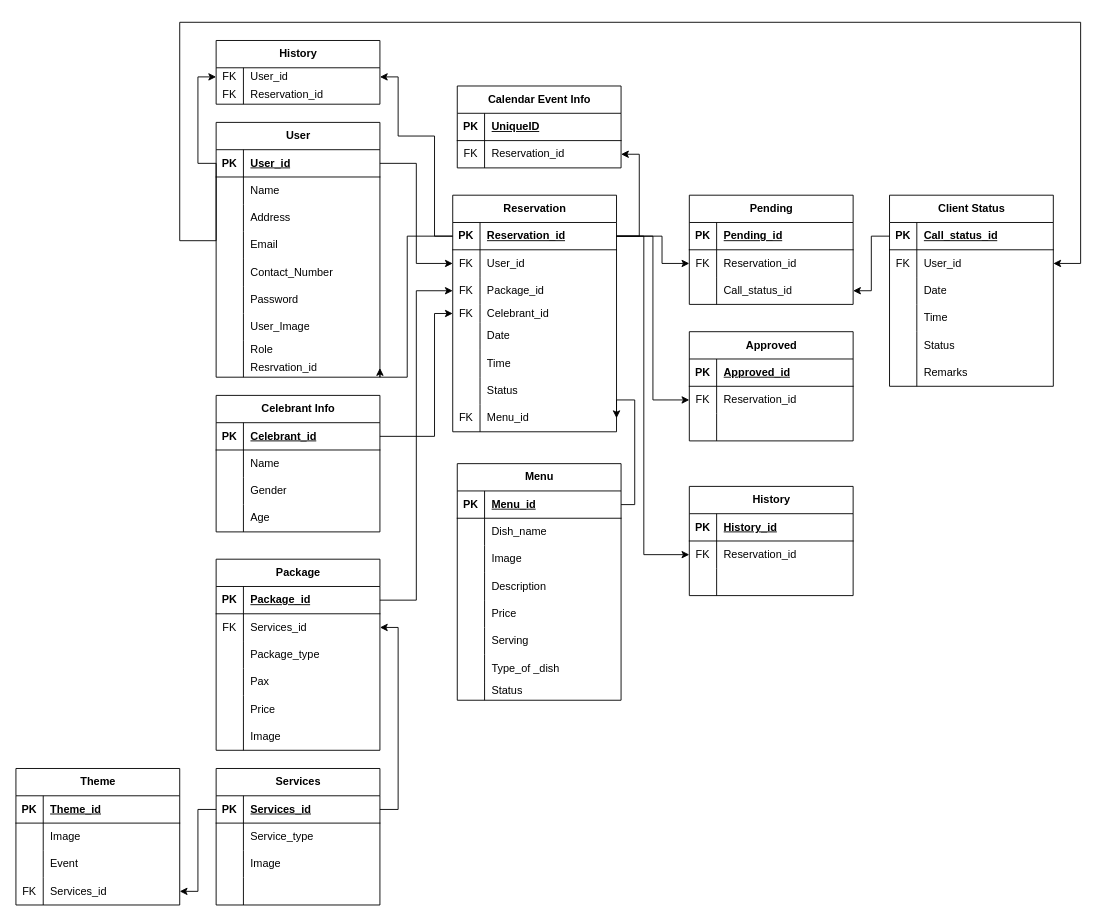
Above: Untitled Diagram.drawio in jcedriciglesias/Mihanz-Catering-Redo (draw.io), before the change. Source tidied: cells renumbered, new cells numbered last; positions are measured from the earlier drawing's top-left corner, leaving out a move shared by most shapes. Both pictures are drawn from the tidied source at 91%, with x=0, y=0 at pixel (15, 22).
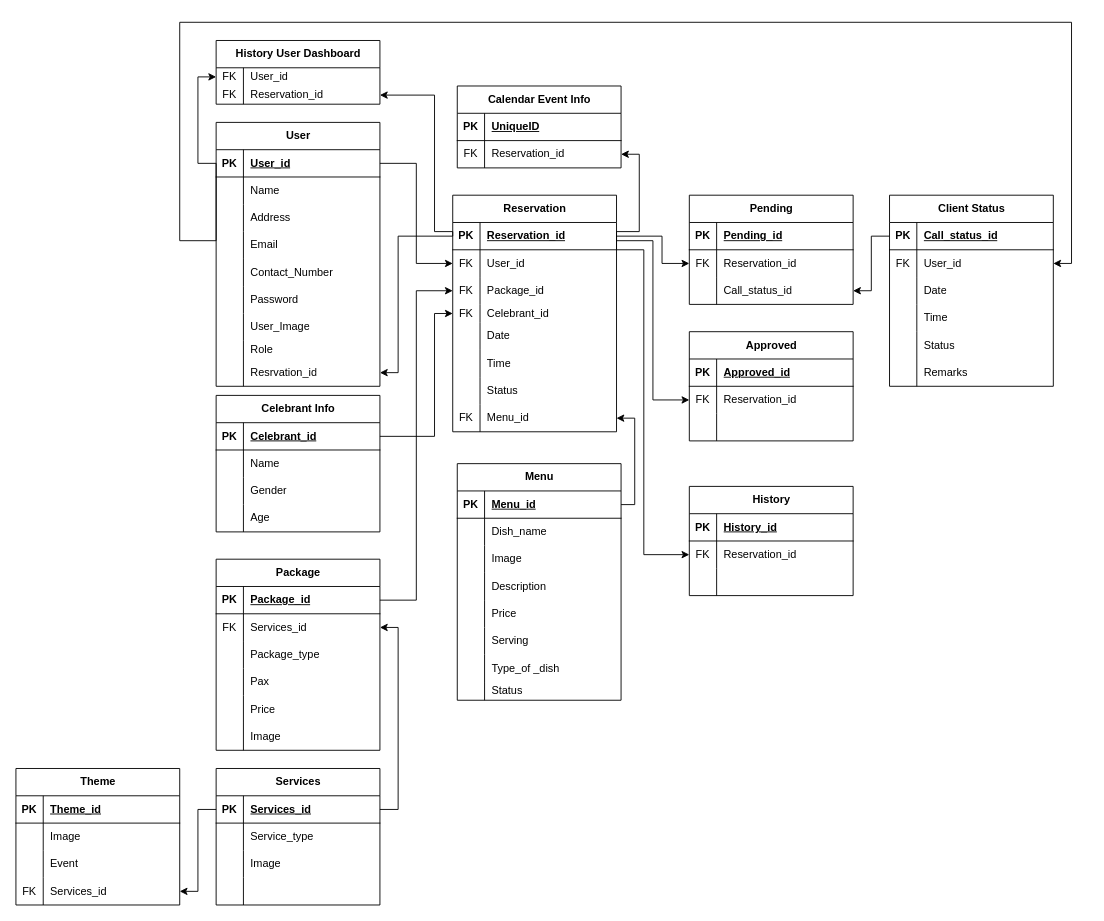
Above is the later version.

The change refers to these unchanged cells:
```xml
<mxCell id="3" style="shape=tableRow;horizontal=0;startSize=0;swimlaneHead=0;swimlaneBody=0;fillColor=none;points=[[0,0.5],[1,0.5]];portConstraint=eastwest;top=0;left=0;right=0;bottom=1;" parent="2" vertex="1">
  <mxGeometry y="30" width="180" height="30" as="geometry" />
</mxCell>
<mxCell id="31" style="shape=tableRow;horizontal=0;startSize=0;swimlaneHead=0;swimlaneBody=0;fillColor=none;points=[[0,0.5],[1,0.5]];portConstraint=eastwest;top=0;left=0;right=0;bottom=1;" parent="30" vertex="1">
  <mxGeometry y="30" width="180" height="30" as="geometry" />
</mxCell>
<mxCell id="52" style="shape=tableRow;horizontal=0;startSize=0;swimlaneHead=0;swimlaneBody=0;fillColor=none;points=[[0,0.5],[1,0.5]];portConstraint=eastwest;top=0;left=0;right=0;bottom=0;" parent="30" vertex="1">
  <mxGeometry y="230" width="180" height="30" as="geometry" />
</mxCell>
<mxCell id="57" style="shape=tableRow;horizontal=0;startSize=0;swimlaneHead=0;swimlaneBody=0;fillColor=none;points=[[0,0.5],[1,0.5]];portConstraint=eastwest;top=0;left=0;right=0;bottom=0;" parent="56" vertex="1">
  <mxGeometry y="30" width="180" height="20" as="geometry" />
</mxCell>
<mxCell id="60" style="shape=tableRow;horizontal=0;startSize=0;swimlaneHead=0;swimlaneBody=0;fillColor=none;points=[[0,0.5],[1,0.5]];portConstraint=eastwest;top=0;left=0;right=0;bottom=0;" parent="56" vertex="1">
  <mxGeometry y="50" width="180" height="20" as="geometry" />
</mxCell>
<mxCell id="66" style="shape=tableRow;horizontal=0;startSize=0;swimlaneHead=0;swimlaneBody=0;fillColor=none;points=[[0,0.5],[1,0.5]];portConstraint=eastwest;top=0;left=0;right=0;bottom=1;" parent="65" vertex="1">
  <mxGeometry y="30" width="180" height="30" as="geometry" />
</mxCell>
<mxCell id="95" style="shape=tableRow;horizontal=0;startSize=0;swimlaneHead=0;swimlaneBody=0;fillColor=none;points=[[0,0.5],[1,0.5]];portConstraint=eastwest;top=0;left=0;right=0;bottom=0;" parent="91" vertex="1">
  <mxGeometry y="60" width="180" height="30" as="geometry" />
</mxCell>
<mxCell id="172" style="shape=tableRow;horizontal=0;startSize=0;swimlaneHead=0;swimlaneBody=0;fillColor=none;points=[[0,0.5],[1,0.5]];portConstraint=eastwest;top=0;left=0;right=0;bottom=0;" parent="168" vertex="1">
  <mxGeometry y="60" width="180" height="30" as="geometry" />
</mxCell>
<mxCell id="182" style="shape=tableRow;horizontal=0;startSize=0;swimlaneHead=0;swimlaneBody=0;fillColor=none;points=[[0,0.5],[1,0.5]];portConstraint=eastwest;top=0;left=0;right=0;bottom=0;" parent="178" vertex="1">
  <mxGeometry y="60" width="180" height="30" as="geometry" />
</mxCell>
<mxCell id="197" style="shape=tableRow;horizontal=0;startSize=0;swimlaneHead=0;swimlaneBody=0;fillColor=none;points=[[0,0.5],[1,0.5]];portConstraint=eastwest;top=0;left=0;right=0;bottom=0;" parent="193" vertex="1">
  <mxGeometry y="60" width="180" height="30" as="geometry" />
</mxCell>
```

What changed in the source:
```diff
@@
     <mxCell id="2" value="User" style="shape=table;startSize=30;childLayout=tableLayout;rowLines=0;fontStyle=1;align=center;html=1;" parent="1" vertex="1">
-      <mxGeometry x="220" y="110" width="180" height="280" as="geometry" />
+      <mxGeometry x="220" y="110" width="180" height="290" as="geometry" />
     </mxCell>
@@
     <mxCell id="27" style="shape=tableRow;horizontal=0;startSize=0;swimlaneHead=0;swimlaneBody=0;fillColor=none;points=[[0,0.5],[1,0.5]];portConstraint=eastwest;top=0;left=0;right=0;bottom=0;" parent="2" vertex="1">
-      <mxGeometry y="260" width="180" height="20" as="geometry" />
+      <mxGeometry y="260" width="180" height="30" as="geometry" />
     </mxCell>
     <mxCell id="28" style="shape=partialRectangle;fillColor=none;top=0;left=0;bottom=0;right=0;overflow=hidden;whiteSpace=wrap;html=1;" parent="27" vertex="1">
-      <mxGeometry width="30" height="20" as="geometry" />
+      <mxGeometry width="30" height="30" as="geometry" />
     </mxCell>
     <mxCell id="29" value="Resrvation_id" style="shape=partialRectangle;fillColor=none;top=0;left=0;bottom=0;right=0;align=left;spacingLeft=6;overflow=hidden;whiteSpace=wrap;html=1;" parent="27" vertex="1">
-      <mxGeometry x="30" width="150" height="20" as="geometry" />
+      <mxGeometry x="30" width="150" height="30" as="geometry" />
     </mxCell>
@@
-    <mxCell id="56" value="History" style="shape=table;startSize=30;childLayout=tableLayout;rowLines=0;fontStyle=1;align=center;html=1;" parent="1" vertex="1">
+    <mxCell id="56" value="History User Dashboard" style="shape=table;startSize=30;childLayout=tableLayout;rowLines=0;fontStyle=1;align=center;html=1;" parent="1" vertex="1">
       <mxGeometry x="220" y="20" width="180" height="70" as="geometry" />
     </mxCell>
@@
-    <mxCell id="64" style="edgeStyle=orthogonalEdgeStyle;rounded=0;jettySize=auto;html=1;exitX=0;exitY=0.5;exitDx=0;exitDy=0;entryX=1;entryY=0.5;entryDx=0;entryDy=0;" parent="1" edge="1" source="31" target="57">
+    <mxCell id="64" style="edgeStyle=orthogonalEdgeStyle;rounded=0;jettySize=auto;html=1;exitX=0;exitY=0.5;exitDx=0;exitDy=0;entryX=1;entryY=0.5;entryDx=0;entryDy=0;" parent="1" edge="1" source="31" target="60">
       <mxGeometry relative="1" as="geometry">
         <Array as="points">
-          <mxPoint x="460" y="235" />
-          <mxPoint x="460" y="125" />
-          <mxPoint x="420" y="125" />
-          <mxPoint x="420" y="60" />
+          <mxPoint x="480" y="230" />
+          <mxPoint x="460" y="230" />
+          <mxPoint x="460" y="80" />
         </Array>
       </mxGeometry>
     </mxCell>
@@
     <mxCell id="90" style="edgeStyle=orthogonalEdgeStyle;rounded=0;jettySize=auto;html=1;exitX=1;exitY=0.5;exitDx=0;exitDy=0;entryX=1;entryY=0.5;entryDx=0;entryDy=0;" parent="1" edge="1" source="66" target="52">
       <mxGeometry relative="1" as="geometry">
         <Array as="points">
           <mxPoint x="680" y="530" />
-          <mxPoint x="680" y="415" />
+          <mxPoint x="680" y="435" />
         </Array>
       </mxGeometry>
     </mxCell>
@@
     <mxCell id="110" style="edgeStyle=orthogonalEdgeStyle;rounded=0;jettySize=auto;html=1;exitX=0;exitY=0.5;exitDx=0;exitDy=0;entryX=1;entryY=0.5;entryDx=0;entryDy=0;" parent="1" edge="1" source="3" target="95">
       <mxGeometry relative="1" as="geometry">
         <Array as="points">
           <mxPoint x="220" y="240" />
           <mxPoint x="180" y="240" />
           <mxPoint x="180" />
-          <mxPoint x="1170" />
-          <mxPoint x="1170" y="265" />
+          <mxPoint x="1160" />
+          <mxPoint x="1160" y="265" />
         </Array>
       </mxGeometry>
     </mxCell>
@@
     <mxCell id="189" style="edgeStyle=orthogonalEdgeStyle;rounded=0;jettySize=auto;html=1;exitX=1;exitY=0.5;exitDx=0;exitDy=0;entryX=0;entryY=0.5;entryDx=0;entryDy=0;" parent="1" edge="1" source="31" target="182">
       <mxGeometry relative="1" as="geometry">
         <Array as="points">
-          <mxPoint x="700" y="235" />
+          <mxPoint x="660" y="240" />
+          <mxPoint x="700" y="240" />
           <mxPoint x="700" y="415" />
         </Array>
       </mxGeometry>
     </mxCell>
     <mxCell id="190" style="edgeStyle=orthogonalEdgeStyle;rounded=0;jettySize=auto;html=1;exitX=1;exitY=0.5;exitDx=0;exitDy=0;entryX=0;entryY=0.5;entryDx=0;entryDy=0;" parent="1" edge="1" source="31" target="172">
       <mxGeometry relative="1" as="geometry">
         <Array as="points">
-          <mxPoint x="690" y="235" />
+          <mxPoint x="660" y="250" />
+          <mxPoint x="690" y="250" />
           <mxPoint x="690" y="585" />
         </Array>
       </mxGeometry>
     </mxCell>
@@
     <mxCell id="200" style="edgeStyle=orthogonalEdgeStyle;rounded=0;jettySize=auto;html=1;exitX=1;exitY=0.5;exitDx=0;exitDy=0;entryX=1;entryY=0.5;entryDx=0;entryDy=0;" parent="1" edge="1" source="31" target="197">
-      <mxGeometry relative="1" as="geometry" />
+      <mxGeometry relative="1" as="geometry">
+        <Array as="points">
+          <mxPoint x="660" y="230" />
+          <mxPoint x="685" y="230" />
+          <mxPoint x="685" y="145" />
+        </Array>
+      </mxGeometry>
     </mxCell>
     <mxCell id="201" style="edgeStyle=orthogonalEdgeStyle;rounded=0;jettySize=auto;html=1;exitX=0;exitY=0.5;exitDx=0;exitDy=0;entryX=1;entryY=0.5;entryDx=0;entryDy=0;" parent="1" edge="1" source="31" target="27">
       <mxGeometry relative="1" as="geometry">
         <Array as="points">
-          <mxPoint x="430" y="235" />
-          <mxPoint x="430" y="390" />
+          <mxPoint x="420" y="235" />
+          <mxPoint x="420" y="385" />
         </Array>
       </mxGeometry>
     </mxCell>
```
